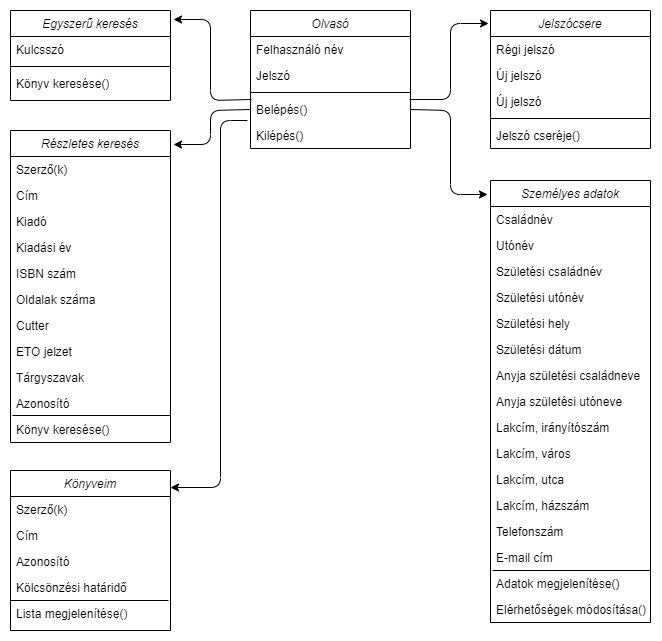
Earlier version of the draw.io export Doc/image/olvaso_hatarosztalyai.png (BoCiMaja/AFP2020_1_Lev_Csop2). Source tidied: cells renumbered, new cells last; positions are measured from the earlier drawing's top-left corner, leaving out a move shared by most shapes.
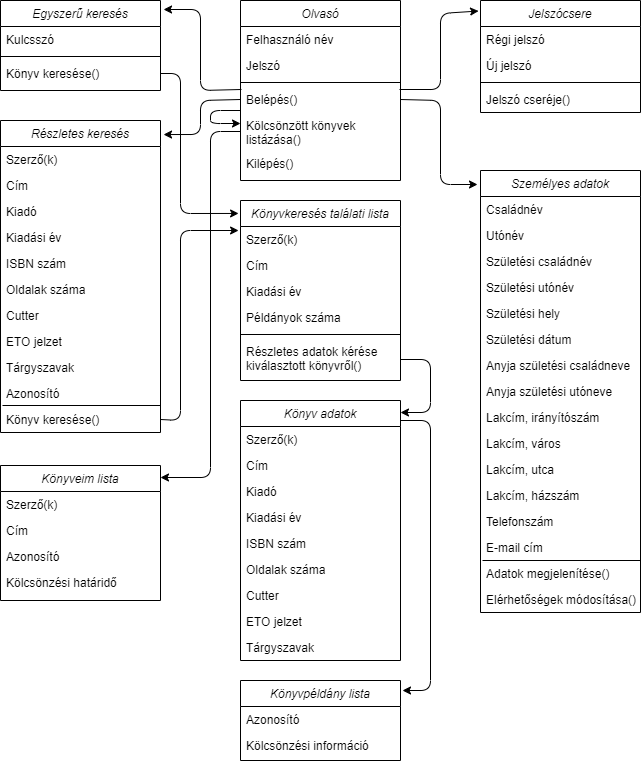
After the change.

Commit message:
Olvasó határosztályai módosítás

The edit, as a diff of the source:
```diff
@@ -3,7 +3,7 @@
     <mxCell id="0" />
     <mxCell id="1" parent="0" />
     <mxCell id="2" value="Olvasó" style="swimlane;fontStyle=2;align=center;verticalAlign=top;horizontal=1;startSize=26;rounded=0;shadow=0;strokeWidth=1;" parent="1" vertex="1">
-      <mxGeometry x="240" width="160" height="138" as="geometry" />
+      <mxGeometry x="240" width="160" height="180" as="geometry" />
     </mxCell>
     <mxCell id="3" value="Felhasználó név" style="text;align=left;verticalAlign=top;spacingLeft=4;spacingRight=4;overflow=hidden;" parent="2" vertex="1">
       <mxGeometry y="26" width="160" height="26" as="geometry" />
@@ -17,9 +17,21 @@
     <mxCell id="6" value="Belépés()" style="text;align=left;verticalAlign=top;spacingLeft=4;spacingRight=4;overflow=hidden;points=[[0,0.5],[1,0.5]];portConstraint=eastwest;" parent="2" vertex="1">
       <mxGeometry y="86" width="160" height="26" as="geometry" />
     </mxCell>
+    <mxCell id="61" value="Kölcsönzött könyvek &#10;listázása()" style="text;align=left;verticalAlign=top;spacingLeft=4;spacingRight=4;overflow=hidden;points=[[0,0.5],[1,0.5]];portConstraint=eastwest;" parent="2" vertex="1">
+      <mxGeometry y="112" width="160" height="38" as="geometry" />
+    </mxCell>
     <mxCell id="7" value="Kilépés()" style="text;align=left;verticalAlign=top;spacingLeft=4;spacingRight=4;overflow=hidden;points=[[0,0.5],[1,0.5]];portConstraint=eastwest;" parent="2" vertex="1">
-      <mxGeometry y="112" width="160" height="26" as="geometry" />
+      <mxGeometry y="150" width="160" height="30" as="geometry" />
     </mxCell>
+    <mxCell id="62" style="endArrow=classic;html=1;exitX=0;exitY=0.923;exitDx=0;exitDy=0;exitPerimeter=0;" parent="2" edge="1" source="6">
+      <mxGeometry relative="1" as="geometry">
+        <mxPoint y="123" as="targetPoint" />
+        <Array as="points">
+          <mxPoint x="-30" y="110" />
+          <mxPoint x="-30" y="123" />
+        </Array>
+      </mxGeometry>
+    </mxCell>
     <mxCell id="8" value="Személyes adatok" style="swimlane;fontStyle=2;align=center;verticalAlign=top;horizontal=1;startSize=26;rounded=0;shadow=0;strokeWidth=1;" parent="1" vertex="1">
       <mxGeometry x="480" y="170" width="160" height="442" as="geometry" />
     </mxCell>
@@ -78,7 +90,7 @@
       <mxGeometry y="416" width="160" height="26" as="geometry" />
     </mxCell>
     <mxCell id="26" value="Jelszócsere" style="swimlane;fontStyle=2;align=center;verticalAlign=top;horizontal=1;startSize=26;rounded=0;shadow=0;strokeWidth=1;" parent="1" vertex="1">
-      <mxGeometry x="480" width="160" height="138" as="geometry" />
+      <mxGeometry x="480" width="160" height="112" as="geometry" />
     </mxCell>
     <mxCell id="27" value="Régi jelszó" style="text;align=left;verticalAlign=top;spacingLeft=4;spacingRight=4;overflow=hidden;" parent="26" vertex="1">
       <mxGeometry y="26" width="160" height="26" as="geometry" />
@@ -86,14 +98,11 @@
     <mxCell id="28" value="Új jelszó" style="text;align=left;verticalAlign=top;spacingLeft=4;spacingRight=4;overflow=hidden;rounded=0;shadow=0;html=0;" parent="26" vertex="1">
       <mxGeometry y="52" width="160" height="26" as="geometry" />
     </mxCell>
-    <mxCell id="29" value="Új jelszó" style="text;align=left;verticalAlign=top;spacingLeft=4;spacingRight=4;overflow=hidden;" parent="26" vertex="1">
-      <mxGeometry y="78" width="160" height="26" as="geometry" />
-    </mxCell>
     <mxCell id="30" style="line;html=1;strokeWidth=1;align=left;verticalAlign=middle;spacingTop=-1;spacingLeft=3;spacingRight=3;labelPosition=right;" parent="26" vertex="1">
-      <mxGeometry y="104" width="160" height="8" as="geometry" />
+      <mxGeometry y="78" width="160" height="8" as="geometry" />
     </mxCell>
     <mxCell id="31" value="Jelszó cseréje()" style="text;align=left;verticalAlign=top;spacingLeft=4;spacingRight=4;overflow=hidden;" parent="26" vertex="1">
-      <mxGeometry y="112" width="160" height="26" as="geometry" />
+      <mxGeometry y="86" width="160" height="26" as="geometry" />
     </mxCell>
     <mxCell id="32" value="Egyszerű keresés" style="swimlane;fontStyle=2;align=center;verticalAlign=top;horizontal=1;startSize=26;rounded=0;shadow=0;strokeWidth=1;" parent="1" vertex="1">
       <mxGeometry width="160" height="90" as="geometry" />
@@ -149,8 +158,8 @@
     <mxCell id="48" value="Könyv keresése()" style="text;align=left;verticalAlign=top;spacingLeft=4;spacingRight=4;overflow=hidden;points=[[0,0.5],[1,0.5]];portConstraint=eastwest;rounded=0;shadow=0;html=0;" parent="36" vertex="1">
       <mxGeometry y="286" width="160" height="26" as="geometry" />
     </mxCell>
-    <mxCell id="49" value="Könyveim" style="swimlane;fontStyle=2;align=center;verticalAlign=top;horizontal=1;startSize=26;rounded=0;shadow=0;strokeWidth=1;" parent="1" vertex="1">
-      <mxGeometry y="460" width="160" height="160" as="geometry" />
+    <mxCell id="49" value="Könyveim lista" style="swimlane;fontStyle=2;align=center;verticalAlign=top;horizontal=1;startSize=26;rounded=0;shadow=0;strokeWidth=1;" parent="1" vertex="1">
+      <mxGeometry y="465" width="160" height="135" as="geometry" />
     </mxCell>
     <mxCell id="50" value="Szerző(k)" style="text;align=left;verticalAlign=top;spacingLeft=4;spacingRight=4;overflow=hidden;" parent="49" vertex="1">
       <mxGeometry y="26" width="160" height="26" as="geometry" />
@@ -158,21 +167,12 @@
     <mxCell id="51" value="Cím" style="text;align=left;verticalAlign=top;spacingLeft=4;spacingRight=4;overflow=hidden;" parent="49" vertex="1">
       <mxGeometry y="52" width="160" height="26" as="geometry" />
     </mxCell>
-    <mxCell id="52" style="endArrow=none;html=1;" parent="49" edge="1">
-      <mxGeometry relative="1" as="geometry">
-        <mxPoint y="130" as="sourcePoint" />
-        <mxPoint x="158" y="130" as="targetPoint" />
-      </mxGeometry>
-    </mxCell>
     <mxCell id="53" value="Azonosító" style="text;align=left;verticalAlign=top;spacingLeft=4;spacingRight=4;overflow=hidden;rounded=0;shadow=0;html=0;" parent="49" vertex="1">
       <mxGeometry y="78" width="160" height="26" as="geometry" />
     </mxCell>
     <mxCell id="54" value="Kölcsönzési határidő" style="text;align=left;verticalAlign=top;spacingLeft=4;spacingRight=4;overflow=hidden;rounded=0;shadow=0;html=0;" parent="49" vertex="1">
       <mxGeometry y="104" width="160" height="26" as="geometry" />
     </mxCell>
-    <mxCell id="55" value="Lista megjelenítése()" style="text;align=left;verticalAlign=top;spacingLeft=4;spacingRight=4;overflow=hidden;rounded=0;shadow=0;html=0;" parent="49" vertex="1">
-      <mxGeometry y="130" width="160" height="26" as="geometry" />
-    </mxCell>
     <mxCell id="56" style="endArrow=classic;html=1;entryX=-0.012;entryY=0.094;entryDx=0;entryDy=0;entryPerimeter=0;" parent="1" edge="1" target="26">
       <mxGeometry relative="1" as="geometry">
         <mxPoint x="399" y="89" as="sourcePoint" />
@@ -207,14 +207,109 @@
         </Array>
       </mxGeometry>
     </mxCell>
-    <mxCell id="60" style="endArrow=classic;html=1;exitX=-0.019;exitY=-0.077;exitDx=0;exitDy=0;exitPerimeter=0;" parent="1" edge="1" source="7">
+    <mxCell id="60" style="endArrow=classic;html=1;exitX=0;exitY=0.5;exitDx=0;exitDy=0;" parent="1" edge="1" source="61">
       <mxGeometry relative="1" as="geometry">
         <mxPoint x="160" y="477" as="targetPoint" />
         <Array as="points">
-          <mxPoint x="210" y="110" />
+          <mxPoint x="210" y="131" />
           <mxPoint x="210" y="477" />
         </Array>
       </mxGeometry>
     </mxCell>
+    <mxCell id="63" value="Könyvkeresés találati lista" style="swimlane;fontStyle=2;align=center;verticalAlign=top;horizontal=1;startSize=26;rounded=0;shadow=0;strokeWidth=1;" parent="1" vertex="1">
+      <mxGeometry x="240" y="200" width="160" height="180" as="geometry" />
+    </mxCell>
+    <mxCell id="64" value="Szerző(k)" style="text;align=left;verticalAlign=top;spacingLeft=4;spacingRight=4;overflow=hidden;points=[[0,0.5],[1,0.5]];portConstraint=eastwest;" parent="63" vertex="1">
+      <mxGeometry y="26" width="160" height="26" as="geometry" />
+    </mxCell>
+    <mxCell id="65" value="Cím" style="text;align=left;verticalAlign=top;spacingLeft=4;spacingRight=4;overflow=hidden;rounded=0;shadow=0;html=0;" parent="63" vertex="1">
+      <mxGeometry y="52" width="160" height="26" as="geometry" />
+    </mxCell>
+    <mxCell id="66" value="Kiadási év" style="text;align=left;verticalAlign=top;spacingLeft=4;spacingRight=4;overflow=hidden;" parent="63" vertex="1">
+      <mxGeometry y="78" width="160" height="26" as="geometry" />
+    </mxCell>
+    <mxCell id="67" value="Példányok száma" style="text;align=left;verticalAlign=top;spacingLeft=4;spacingRight=4;overflow=hidden;" parent="63" vertex="1">
+      <mxGeometry y="104" width="160" height="26" as="geometry" />
+    </mxCell>
+    <mxCell id="68" style="line;html=1;strokeWidth=1;align=left;verticalAlign=middle;spacingTop=-1;spacingLeft=3;spacingRight=3;labelPosition=right;" parent="63" vertex="1">
+      <mxGeometry y="130" width="160" height="8" as="geometry" />
+    </mxCell>
+    <mxCell id="69" value="Részletes adatok kérése &#10;kiválasztott könyvről()" style="text;align=left;verticalAlign=top;spacingLeft=4;spacingRight=4;overflow=hidden;points=[[0,0.5],[1,0.5]];portConstraint=eastwest;" parent="63" vertex="1">
+      <mxGeometry y="138" width="160" height="42" as="geometry" />
+    </mxCell>
+    <mxCell id="70" style="endArrow=classic;html=1;exitX=1;exitY=0.5;exitDx=0;exitDy=0;entryX=-0.012;entryY=0.072;entryDx=0;entryDy=0;entryPerimeter=0;" parent="1" edge="1" source="35" target="63">
+      <mxGeometry relative="1" as="geometry">
+        <Array as="points">
+          <mxPoint x="180" y="73" />
+          <mxPoint x="180" y="213" />
+        </Array>
+      </mxGeometry>
+    </mxCell>
+    <mxCell id="71" style="endArrow=classic;html=1;exitX=1;exitY=0.5;exitDx=0;exitDy=0;entryX=-0.012;entryY=0.154;entryDx=0;entryDy=0;entryPerimeter=0;" parent="1" edge="1" source="48" target="64">
+      <mxGeometry relative="1" as="geometry">
+        <Array as="points">
+          <mxPoint x="180" y="420" />
+          <mxPoint x="180" y="230" />
+        </Array>
+      </mxGeometry>
+    </mxCell>
+    <mxCell id="72" value="Könyv adatok" style="swimlane;fontStyle=2;align=center;verticalAlign=top;horizontal=1;startSize=26;rounded=0;shadow=0;strokeWidth=1;" parent="1" vertex="1">
+      <mxGeometry x="240" y="400" width="160" height="260" as="geometry" />
+    </mxCell>
+    <mxCell id="73" value="Szerző(k)" style="text;align=left;verticalAlign=top;spacingLeft=4;spacingRight=4;overflow=hidden;" parent="72" vertex="1">
+      <mxGeometry y="26" width="160" height="26" as="geometry" />
+    </mxCell>
+    <mxCell id="74" value="Cím" style="text;align=left;verticalAlign=top;spacingLeft=4;spacingRight=4;overflow=hidden;rounded=0;shadow=0;html=0;" parent="72" vertex="1">
+      <mxGeometry y="52" width="160" height="26" as="geometry" />
+    </mxCell>
+    <mxCell id="75" value="Kiadó" style="text;align=left;verticalAlign=top;spacingLeft=4;spacingRight=4;overflow=hidden;rounded=0;shadow=0;html=0;" parent="72" vertex="1">
+      <mxGeometry y="78" width="160" height="26" as="geometry" />
+    </mxCell>
+    <mxCell id="76" value="Kiadási év" style="text;align=left;verticalAlign=top;spacingLeft=4;spacingRight=4;overflow=hidden;rounded=0;shadow=0;html=0;" parent="72" vertex="1">
+      <mxGeometry y="104" width="160" height="26" as="geometry" />
+    </mxCell>
+    <mxCell id="77" value="ISBN szám" style="text;align=left;verticalAlign=top;spacingLeft=4;spacingRight=4;overflow=hidden;rounded=0;shadow=0;html=0;" parent="72" vertex="1">
+      <mxGeometry y="130" width="160" height="26" as="geometry" />
+    </mxCell>
+    <mxCell id="78" value="Oldalak száma" style="text;align=left;verticalAlign=top;spacingLeft=4;spacingRight=4;overflow=hidden;rounded=0;shadow=0;html=0;" parent="72" vertex="1">
+      <mxGeometry y="156" width="160" height="26" as="geometry" />
+    </mxCell>
+    <mxCell id="79" value="Cutter" style="text;align=left;verticalAlign=top;spacingLeft=4;spacingRight=4;overflow=hidden;rounded=0;shadow=0;html=0;" parent="72" vertex="1">
+      <mxGeometry y="182" width="160" height="26" as="geometry" />
+    </mxCell>
+    <mxCell id="80" value="ETO jelzet" style="text;align=left;verticalAlign=top;spacingLeft=4;spacingRight=4;overflow=hidden;rounded=0;shadow=0;html=0;" parent="72" vertex="1">
+      <mxGeometry y="208" width="160" height="26" as="geometry" />
+    </mxCell>
+    <mxCell id="81" value="Tárgyszavak" style="text;align=left;verticalAlign=top;spacingLeft=4;spacingRight=4;overflow=hidden;rounded=0;shadow=0;html=0;" parent="72" vertex="1">
+      <mxGeometry y="234" width="160" height="26" as="geometry" />
+    </mxCell>
+    <mxCell id="82" style="endArrow=classic;html=1;exitX=1;exitY=0.5;exitDx=0;exitDy=0;" parent="1" edge="1" source="69">
+      <mxGeometry relative="1" as="geometry">
+        <mxPoint x="400" y="412" as="targetPoint" />
+        <Array as="points">
+          <mxPoint x="430" y="359" />
+          <mxPoint x="430" y="412" />
+        </Array>
+      </mxGeometry>
+    </mxCell>
+    <mxCell id="83" value="Könyvpéldány lista" style="swimlane;fontStyle=2;align=center;verticalAlign=top;horizontal=1;startSize=26;rounded=0;shadow=0;strokeWidth=1;" parent="1" vertex="1">
+      <mxGeometry x="240" y="680" width="160" height="80" as="geometry" />
+    </mxCell>
+    <mxCell id="84" value="Azonosító" style="text;align=left;verticalAlign=top;spacingLeft=4;spacingRight=4;overflow=hidden;rounded=0;shadow=0;html=0;" parent="83" vertex="1">
+      <mxGeometry y="26" width="160" height="26" as="geometry" />
+    </mxCell>
+    <mxCell id="85" value="Kölcsönzési információ" style="text;align=left;verticalAlign=top;spacingLeft=4;spacingRight=4;overflow=hidden;rounded=0;shadow=0;html=0;" parent="83" vertex="1">
+      <mxGeometry y="52" width="160" height="26" as="geometry" />
+    </mxCell>
+    <mxCell id="86" style="endArrow=classic;html=1;" parent="1" edge="1">
+      <mxGeometry relative="1" as="geometry">
+        <mxPoint x="400" y="420" as="sourcePoint" />
+        <mxPoint x="402" y="690" as="targetPoint" />
+        <Array as="points">
+          <mxPoint x="430" y="420" />
+          <mxPoint x="430" y="690" />
+        </Array>
+      </mxGeometry>
+    </mxCell>
   </root>
 </mxGraphModel>
```
